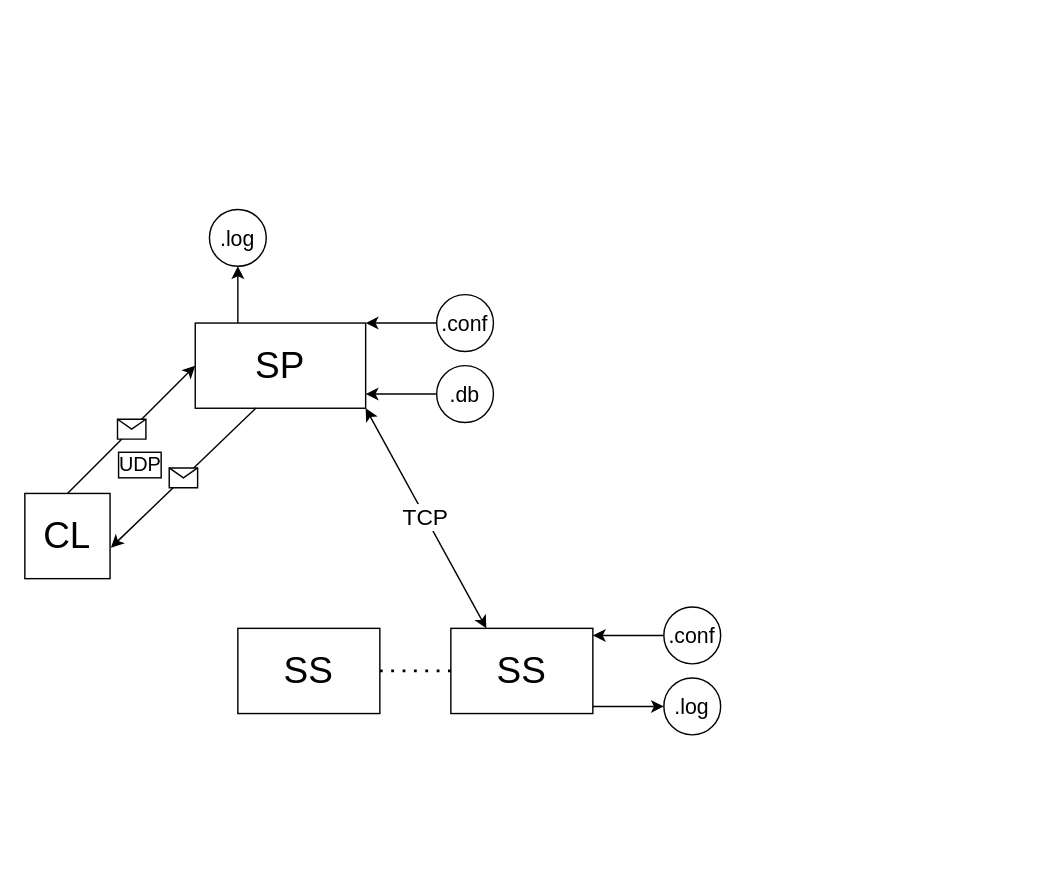
Above: projeto/DNS.drawio in Gustominox/Comunicacao-Computadores (draw.io), before the change. Source tidied: cells renumbered, new cells numbered last; positions are measured from the earlier drawing's top-left corner, leaving out a move shared by most shapes. Both pictures are drawn from the tidied source at 142%, with x=0, y=0 at pixel (24, 209).
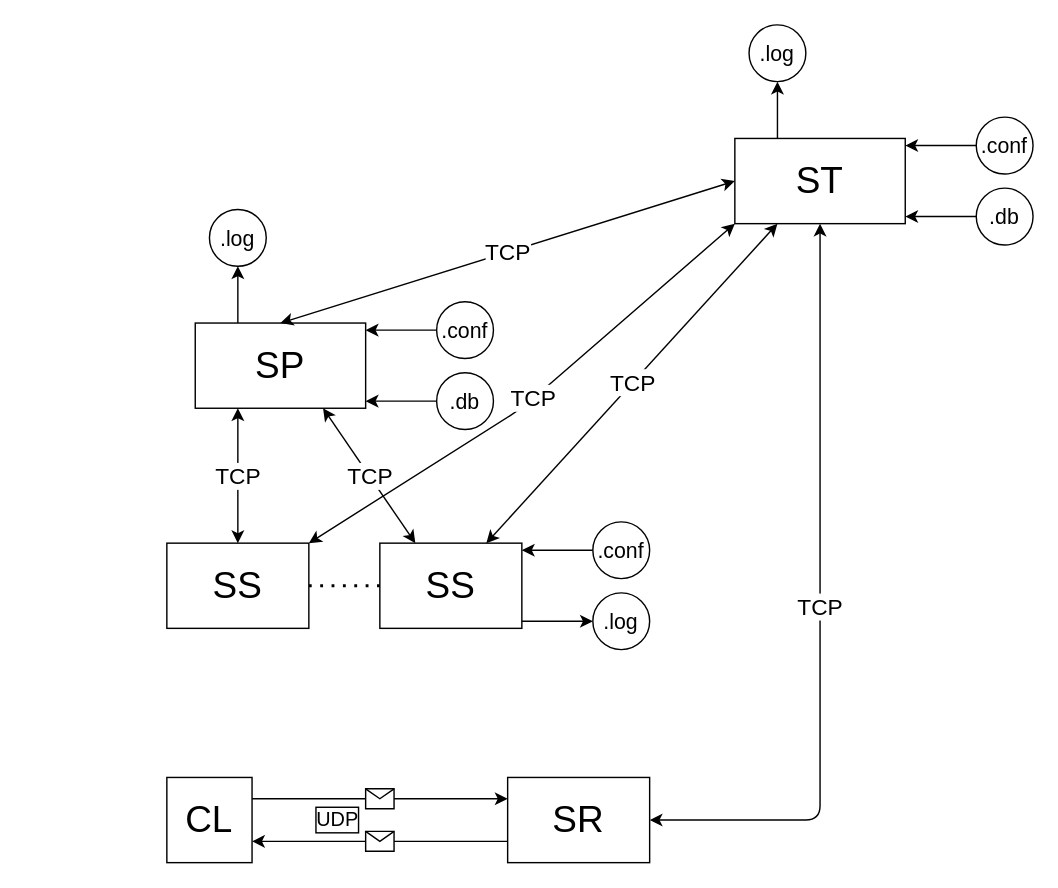
After the change.

Unchanged cells that the change refers to:
```xml
<mxCell id="2" value="SP" style="rounded=0;whiteSpace=wrap;html=1;fontSize=26;" parent="1" vertex="1">
  <mxGeometry x="120" y="80" width="120" height="60" as="geometry" />
</mxCell>
```

Diff of the diagram source:
```diff
@@
-    <mxCell id="3" value="TCP&lt;font style=&quot;font-size: 16px;&quot;&gt;&lt;br style=&quot;font-size: 16px;&quot;&gt;&lt;/font&gt;" style="endArrow=classic;startArrow=classic;html=1;fontSize=16;entryX=0.25;entryY=0;entryDx=0;entryDy=0;exitX=1;exitY=1;exitDx=0;exitDy=0;" parent="1" edge="1" source="2" target="9">
+    <mxCell id="3" value="TCP&lt;font style=&quot;font-size: 16px;&quot;&gt;&lt;br style=&quot;font-size: 16px;&quot;&gt;&lt;/font&gt;" style="endArrow=classic;startArrow=classic;html=1;fontSize=16;entryX=0.25;entryY=0;entryDx=0;entryDy=0;exitX=0.75;exitY=1;exitDx=0;exitDy=0;" parent="1" edge="1" source="2" target="9">
       <mxGeometry relative="1" as="geometry" />
     </mxCell>
-    <mxCell id="4" value="&lt;br&gt;" style="endArrow=classic;html=1;fontSize=16;exitX=0;exitY=0.5;exitDx=0;exitDy=0;entryX=1;entryY=0;entryDx=0;entryDy=0;" parent="1" edge="1" source="14" target="2">
+    <mxCell id="4" value="&lt;br&gt;" style="endArrow=classic;html=1;fontSize=16;exitX=0;exitY=0.5;exitDx=0;exitDy=0;entryX=1;entryY=0;entryDx=0;entryDy=0;" parent="1" edge="1" source="14">
       <mxGeometry x="-1" y="-20" relative="1" as="geometry">
+        <mxPoint x="240" y="85" as="targetPoint" />
         <mxPoint x="20" y="20" as="offset" />
       </mxGeometry>
     </mxCell>
@@
     <mxCell id="6" value="CL" style="rounded=0;whiteSpace=wrap;html=1;fontSize=26;" parent="1" vertex="1">
-      <mxGeometry y="200" width="60" height="60" as="geometry" />
+      <mxGeometry x="100" y="400" width="60" height="60" as="geometry" />
     </mxCell>
     <mxCell id="7" style="endArrow=none;dashed=1;html=1;dashPattern=1 3;strokeWidth=2;fontSize=16;exitX=1;exitY=0.5;exitDx=0;exitDy=0;" parent="1" edge="1" source="8">
       <mxGeometry relative="1" as="geometry">
-        <mxPoint x="300" y="325" as="targetPoint" />
+        <mxPoint x="250" y="265" as="targetPoint" />
       </mxGeometry>
     </mxCell>
     <mxCell id="8" value="SS" style="rounded=0;whiteSpace=wrap;html=1;fontSize=26;" parent="1" vertex="1">
-      <mxGeometry x="150" y="295" width="100" height="60" as="geometry" />
+      <mxGeometry x="100" y="235" width="100" height="60" as="geometry" />
     </mxCell>
     <mxCell id="9" value="SS" style="rounded=0;whiteSpace=wrap;html=1;fontSize=26;" parent="1" vertex="1">
-      <mxGeometry x="300" y="295" width="100" height="60" as="geometry" />
+      <mxGeometry x="250" y="235" width="100" height="60" as="geometry" />
     </mxCell>
-    <mxCell id="10" style="endArrow=classic;html=1;rounded=1;labelBorderColor=default;fontSize=16;entryX=0;entryY=0.5;entryDx=0;entryDy=0;exitX=0.5;exitY=0;exitDx=0;exitDy=0;" parent="1" edge="1" source="6" target="2">
+    <mxCell id="10" style="endArrow=classic;html=1;rounded=1;labelBorderColor=default;fontSize=16;entryX=0;entryY=0.25;entryDx=0;entryDy=0;exitX=1;exitY=0.25;exitDx=0;exitDy=0;" parent="1" edge="1" source="6" target="23">
       <mxGeometry relative="1" as="geometry" />
     </mxCell>
@@
-    <mxCell id="12" value="UDP" style="endArrow=classic;html=1;rounded=1;labelBorderColor=default;fontSize=14;entryX=1.01;entryY=0.636;entryDx=0;entryDy=0;exitX=0.357;exitY=0.997;exitDx=0;exitDy=0;entryPerimeter=0;exitPerimeter=0;" parent="1" edge="1" source="2" target="6">
-      <mxGeometry x="0.23" y="-28" relative="1" as="geometry" />
+    <mxCell id="12" value="UDP" style="endArrow=classic;html=1;rounded=1;labelBorderColor=default;fontSize=14;entryX=1;entryY=0.75;entryDx=0;entryDy=0;exitX=0;exitY=0.75;exitDx=0;exitDy=0;" parent="1" edge="1" source="23" target="6">
+      <mxGeometry x="0.33" y="-15" relative="1" as="geometry" />
     </mxCell>
@@
     <mxCell id="14" value=".conf" style="ellipse;whiteSpace=wrap;html=1;fontSize=15;" parent="1" vertex="1">
-      <mxGeometry x="290" y="60" width="40" height="40" as="geometry" />
+      <mxGeometry x="290" y="65" width="40" height="40" as="geometry" />
     </mxCell>
     <mxCell id="15" value="&lt;br&gt;" style="endArrow=classic;html=1;fontSize=16;exitX=0;exitY=0.5;exitDx=0;exitDy=0;" parent="1" edge="1" source="16">
       <mxGeometry x="-1" y="-20" relative="1" as="geometry">
-        <mxPoint x="240" y="130" as="targetPoint" />
+        <mxPoint x="240" y="135" as="targetPoint" />
         <mxPoint x="20" y="20" as="offset" />
       </mxGeometry>
     </mxCell>
     <mxCell id="16" value=".db" style="ellipse;whiteSpace=wrap;html=1;fontSize=15;" parent="1" vertex="1">
-      <mxGeometry x="290" y="110" width="40" height="40" as="geometry" />
+      <mxGeometry x="290" y="115" width="40" height="40" as="geometry" />
     </mxCell>
@@
     <mxCell id="18" value="&lt;br&gt;" style="endArrow=classic;html=1;fontSize=16;exitX=0;exitY=0.5;exitDx=0;exitDy=0;entryX=1;entryY=0;entryDx=0;entryDy=0;" parent="1" edge="1" source="19">
       <mxGeometry x="-1" y="-20" relative="1" as="geometry">
-        <mxPoint x="400" y="300" as="targetPoint" />
+        <mxPoint x="350" y="240" as="targetPoint" />
         <mxPoint x="20" y="20" as="offset" />
       </mxGeometry>
     </mxCell>
     <mxCell id="19" value=".conf" style="ellipse;whiteSpace=wrap;html=1;fontSize=15;" parent="1" vertex="1">
-      <mxGeometry x="450" y="280" width="40" height="40" as="geometry" />
+      <mxGeometry x="400" y="220" width="40" height="40" as="geometry" />
     </mxCell>
     <mxCell id="20" value="&lt;br&gt;" style="endArrow=classic;html=1;fontSize=16;entryX=0;entryY=0.5;entryDx=0;entryDy=0;" parent="1" edge="1" target="21">
       <mxGeometry x="-1" y="-20" relative="1" as="geometry">
-        <mxPoint x="400" y="350" as="sourcePoint" />
+        <mxPoint x="350" y="290" as="sourcePoint" />
         <mxPoint x="20" y="20" as="offset" />
       </mxGeometry>
     </mxCell>
     <mxCell id="21" value=".log" style="ellipse;whiteSpace=wrap;html=1;fontSize=15;" parent="1" vertex="1">
-      <mxGeometry x="450" y="330" width="40" height="40" as="geometry" />
+      <mxGeometry x="400" y="270" width="40" height="40" as="geometry" />
     </mxCell>
+    <mxCell id="22" value="TCP&lt;font style=&quot;font-size: 16px;&quot;&gt;&lt;br style=&quot;font-size: 16px;&quot;&gt;&lt;/font&gt;" style="endArrow=classic;startArrow=classic;html=1;fontSize=16;entryX=0.5;entryY=0;entryDx=0;entryDy=0;exitX=0.25;exitY=1;exitDx=0;exitDy=0;" parent="1" edge="1" source="2" target="8">
+      <mxGeometry relative="1" as="geometry" />
+    </mxCell>
+    <mxCell id="23" value="SR" style="rounded=0;whiteSpace=wrap;html=1;fontSize=26;" parent="1" vertex="1">
+      <mxGeometry x="340" y="400" width="100" height="60" as="geometry" />
+    </mxCell>
+    <mxCell id="24" value="ST" style="rounded=0;whiteSpace=wrap;html=1;fontSize=26;" parent="1" vertex="1">
+      <mxGeometry x="500" y="-50" width="120" height="60" as="geometry" />
+    </mxCell>
+    <mxCell id="25" value="TCP&lt;font style=&quot;font-size: 16px;&quot;&gt;&lt;br style=&quot;font-size: 16px;&quot;&gt;&lt;/font&gt;" style="endArrow=classic;startArrow=classic;html=1;fontSize=16;entryX=1;entryY=0.5;entryDx=0;entryDy=0;exitX=0.5;exitY=1;exitDx=0;exitDy=0;" parent="1" edge="1" source="24" target="23">
+      <mxGeometry relative="1" as="geometry">
+        <Array as="points">
+          <mxPoint x="560" y="430" />
+        </Array>
+      </mxGeometry>
+    </mxCell>
+    <mxCell id="26" value="TCP&lt;font style=&quot;font-size: 16px;&quot;&gt;&lt;br style=&quot;font-size: 16px;&quot;&gt;&lt;/font&gt;" style="endArrow=classic;startArrow=classic;html=1;fontSize=16;entryX=0.5;entryY=0;entryDx=0;entryDy=0;exitX=0;exitY=0.5;exitDx=0;exitDy=0;" parent="1" edge="1" source="24" target="2">
+      <mxGeometry relative="1" as="geometry" />
+    </mxCell>
+    <mxCell id="27" value="&lt;br&gt;" style="endArrow=classic;html=1;fontSize=16;exitX=0;exitY=0.5;exitDx=0;exitDy=0;entryX=1;entryY=0;entryDx=0;entryDy=0;" parent="1" edge="1" source="28">
+      <mxGeometry x="-1" y="-20" relative="1" as="geometry">
+        <mxPoint x="620" y="-45" as="targetPoint" />
+        <mxPoint x="20" y="20" as="offset" />
+      </mxGeometry>
+    </mxCell>
+    <mxCell id="28" value=".conf" style="ellipse;whiteSpace=wrap;html=1;fontSize=15;" parent="1" vertex="1">
+      <mxGeometry x="670" y="-65" width="40" height="40" as="geometry" />
+    </mxCell>
+    <mxCell id="29" value="&lt;br&gt;" style="endArrow=classic;html=1;fontSize=16;exitX=0;exitY=0.5;exitDx=0;exitDy=0;" parent="1" edge="1" source="30">
+      <mxGeometry x="-1" y="-20" relative="1" as="geometry">
+        <mxPoint x="620" y="5" as="targetPoint" />
+        <mxPoint x="20" y="20" as="offset" />
+      </mxGeometry>
+    </mxCell>
+    <mxCell id="30" value=".db" style="ellipse;whiteSpace=wrap;html=1;fontSize=15;" parent="1" vertex="1">
+      <mxGeometry x="670" y="-15" width="40" height="40" as="geometry" />
+    </mxCell>
+    <mxCell id="31" style="endArrow=classic;html=1;fontSize=16;exitX=0.25;exitY=0;exitDx=0;exitDy=0;" parent="1" edge="1">
+      <mxGeometry x="1" y="-22" relative="1" as="geometry">
+        <mxPoint x="530" y="-50" as="sourcePoint" />
+        <mxPoint x="530" y="-90" as="targetPoint" />
+        <mxPoint x="-2" y="-10" as="offset" />
+      </mxGeometry>
+    </mxCell>
+    <mxCell id="32" value=".log" style="ellipse;whiteSpace=wrap;html=1;fontSize=15;" parent="1" vertex="1">
+      <mxGeometry x="510" y="-130" width="40" height="40" as="geometry" />
+    </mxCell>
+    <mxCell id="33" value="TCP&lt;font style=&quot;font-size: 16px;&quot;&gt;&lt;br style=&quot;font-size: 16px;&quot;&gt;&lt;/font&gt;" style="endArrow=classic;startArrow=classic;html=1;fontSize=16;entryX=0.75;entryY=0;entryDx=0;entryDy=0;exitX=0.25;exitY=1;exitDx=0;exitDy=0;" parent="1" edge="1" source="24" target="9">
+      <mxGeometry relative="1" as="geometry" />
+    </mxCell>
+    <mxCell id="34" value="TCP&lt;font style=&quot;font-size: 16px;&quot;&gt;&lt;br style=&quot;font-size: 16px;&quot;&gt;&lt;/font&gt;" style="endArrow=classic;startArrow=classic;html=1;fontSize=16;entryX=1;entryY=0;entryDx=0;entryDy=0;exitX=0;exitY=1;exitDx=0;exitDy=0;" parent="1" edge="1" source="24" target="8">
+      <mxGeometry relative="1" as="geometry">
+        <Array as="points">
+          <mxPoint x="350" y="140" />
+        </Array>
+      </mxGeometry>
+    </mxCell>
```
